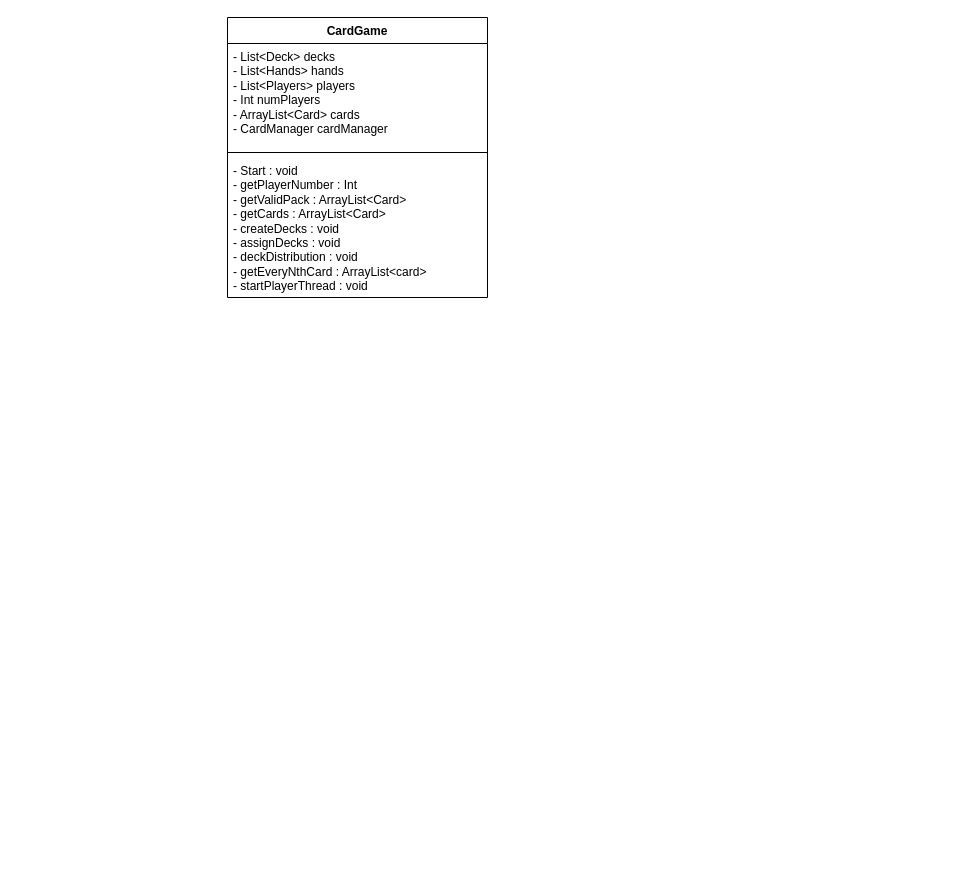
Before: Untitled Diagram.drawio in Finn-Gosney/Card-game-software-dev, a draw.io diagram. Source tidied: cells renumbered, new cells numbered last; positions are measured from the earlier drawing's top-left corner, leaving out a move shared by most shapes. Both pictures are drawn from the tidied source at 100%, with x=0, y=0 at pixel (227, 17).
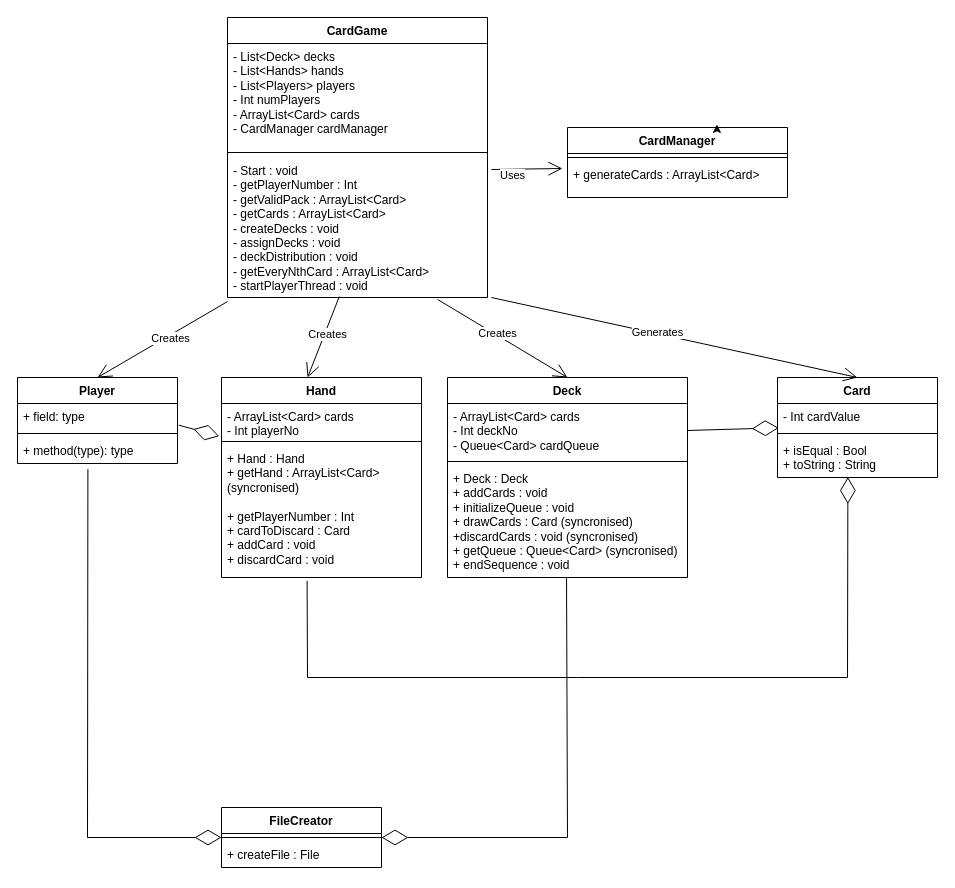
The same page after the edit.

Unchanged cells that the change refers to:
```xml
<mxCell id="2" value="CardGame" style="swimlane;fontStyle=1;align=center;verticalAlign=top;horizontal=1;startSize=26;whiteSpace=wrap;html=1;" parent="1" vertex="1">
  <mxGeometry width="260" height="280" as="geometry" />
</mxCell>
```

Change to the diagram source:
```diff
@@
-    <mxCell id="5" value="&lt;div&gt;- Start : void&lt;/div&gt;&lt;div&gt;- getPlayerNumber : Int&lt;/div&gt;&lt;div&gt;- getValidPack : ArrayList&amp;lt;Card&amp;gt;&lt;/div&gt;&lt;div&gt;- getCards : ArrayList&amp;lt;Card&amp;gt;&lt;/div&gt;&lt;div&gt;- createDecks : void&lt;/div&gt;&lt;div&gt;- assignDecks : void&lt;/div&gt;&lt;div&gt;- deckDistribution : void&lt;/div&gt;&lt;div&gt;- getEveryNthCard : ArrayList&amp;lt;card&amp;gt;&lt;/div&gt;&lt;div&gt;- startPlayerThread : void&lt;/div&gt;&lt;div&gt;&lt;br&gt;&lt;/div&gt;" style="text;strokeColor=none;fillColor=none;align=left;verticalAlign=top;spacingLeft=4;spacingRight=4;overflow=hidden;points=[[0,0.5],[1,0.5]];portConstraint=eastwest;whiteSpace=wrap;html=1;" parent="2" vertex="1">
+    <mxCell id="5" value="&lt;div&gt;- Start : void&lt;/div&gt;&lt;div&gt;- getPlayerNumber : Int&lt;/div&gt;&lt;div&gt;- getValidPack : ArrayList&amp;lt;Card&amp;gt;&lt;/div&gt;&lt;div&gt;- getCards : ArrayList&amp;lt;Card&amp;gt;&lt;/div&gt;&lt;div&gt;- createDecks : void&lt;/div&gt;&lt;div&gt;- assignDecks : void&lt;/div&gt;&lt;div&gt;- deckDistribution : void&lt;/div&gt;&lt;div&gt;- getEveryNthCard : ArrayList&amp;lt;Card&amp;gt;&lt;/div&gt;&lt;div&gt;- startPlayerThread : void&lt;/div&gt;&lt;div&gt;&lt;br&gt;&lt;/div&gt;" style="text;strokeColor=none;fillColor=none;align=left;verticalAlign=top;spacingLeft=4;spacingRight=4;overflow=hidden;points=[[0,0.5],[1,0.5]];portConstraint=eastwest;whiteSpace=wrap;html=1;" parent="2" vertex="1">
       <mxGeometry y="140" width="260" height="140" as="geometry" />
     </mxCell>
+    <mxCell id="6" value="Player" style="swimlane;fontStyle=1;align=center;verticalAlign=top;horizontal=1;startSize=26;whiteSpace=wrap;html=1;" parent="1" vertex="1">
+      <mxGeometry x="-210" y="360" width="160" height="86" as="geometry" />
+    </mxCell>
+    <mxCell id="7" value="+ field: type" style="text;strokeColor=none;fillColor=none;align=left;verticalAlign=top;spacingLeft=4;spacingRight=4;overflow=hidden;points=[[0,0.5],[1,0.5]];portConstraint=eastwest;whiteSpace=wrap;html=1;" parent="6" vertex="1">
+      <mxGeometry y="26" width="160" height="26" as="geometry" />
+    </mxCell>
+    <mxCell id="8" style="line;strokeWidth=1;fillColor=none;align=left;verticalAlign=middle;spacingTop=-1;spacingLeft=3;spacingRight=3;labelPosition=right;strokeColor=inherit;" parent="6" vertex="1">
+      <mxGeometry y="52" width="160" height="8" as="geometry" />
+    </mxCell>
+    <mxCell id="9" value="+ method(type): type" style="text;strokeColor=none;fillColor=none;align=left;verticalAlign=top;spacingLeft=4;spacingRight=4;overflow=hidden;points=[[0,0.5],[1,0.5]];portConstraint=eastwest;whiteSpace=wrap;html=1;" parent="6" vertex="1">
+      <mxGeometry y="60" width="160" height="26" as="geometry" />
+    </mxCell>
+    <mxCell id="10" value="Deck" style="swimlane;fontStyle=1;align=center;verticalAlign=top;horizontal=1;startSize=26;whiteSpace=wrap;html=1;" parent="1" vertex="1">
+      <mxGeometry x="220" y="360" width="240" height="200" as="geometry" />
+    </mxCell>
+    <mxCell id="11" value="&lt;div&gt;- ArrayList&amp;lt;Card&amp;gt; cards&lt;/div&gt;&lt;div&gt;- Int deckNo &lt;br&gt;&lt;/div&gt;&lt;div&gt;- Queue&amp;lt;Card&amp;gt; cardQueue&lt;br&gt;&lt;/div&gt;" style="text;strokeColor=none;fillColor=none;align=left;verticalAlign=top;spacingLeft=4;spacingRight=4;overflow=hidden;points=[[0,0.5],[1,0.5]];portConstraint=eastwest;whiteSpace=wrap;html=1;" parent="10" vertex="1">
+      <mxGeometry y="26" width="240" height="54" as="geometry" />
+    </mxCell>
+    <mxCell id="12" style="line;strokeWidth=1;fillColor=none;align=left;verticalAlign=middle;spacingTop=-1;spacingLeft=3;spacingRight=3;labelPosition=right;strokeColor=inherit;" parent="10" vertex="1">
+      <mxGeometry y="80" width="240" height="8" as="geometry" />
+    </mxCell>
+    <mxCell id="13" value="&lt;div&gt;+ Deck : Deck&lt;/div&gt;&lt;div&gt;+ addCards : void &lt;br&gt;&lt;/div&gt;&lt;div&gt;+ initializeQueue : void&lt;/div&gt;&lt;div&gt;+ drawCards : Card (syncronised)&lt;/div&gt;&lt;div&gt;+discardCards : void (syncronised) &lt;br&gt;&lt;/div&gt;&lt;div&gt;+ getQueue : Queue&amp;lt;Card&amp;gt; (syncronised)&lt;/div&gt;&lt;div&gt;+ endSequence : void&lt;br&gt;&lt;/div&gt;" style="text;strokeColor=none;fillColor=none;align=left;verticalAlign=top;spacingLeft=4;spacingRight=4;overflow=hidden;points=[[0,0.5],[1,0.5]];portConstraint=eastwest;whiteSpace=wrap;html=1;" parent="10" vertex="1">
+      <mxGeometry y="88" width="240" height="112" as="geometry" />
+    </mxCell>
+    <mxCell id="14" value="CardManager" style="swimlane;fontStyle=1;align=center;verticalAlign=top;horizontal=1;startSize=26;whiteSpace=wrap;html=1;" parent="1" vertex="1">
+      <mxGeometry x="340" y="110" width="220" height="70" as="geometry" />
+    </mxCell>
+    <mxCell id="15" style="line;strokeWidth=1;fillColor=none;align=left;verticalAlign=middle;spacingTop=-1;spacingLeft=3;spacingRight=3;labelPosition=right;strokeColor=inherit;" parent="14" vertex="1">
+      <mxGeometry y="26" width="220" height="8" as="geometry" />
+    </mxCell>
+    <mxCell id="16" value="+ generateCards : ArrayList&amp;lt;Card&amp;gt;" style="text;strokeColor=none;fillColor=none;align=left;verticalAlign=top;spacingLeft=4;spacingRight=4;overflow=hidden;points=[[0,0.5],[1,0.5]];portConstraint=eastwest;whiteSpace=wrap;html=1;" parent="14" vertex="1">
+      <mxGeometry y="34" width="220" height="36" as="geometry" />
+    </mxCell>
+    <mxCell id="17" value="FileCreator" style="swimlane;fontStyle=1;align=center;verticalAlign=top;horizontal=1;startSize=26;whiteSpace=wrap;html=1;" parent="1" vertex="1">
+      <mxGeometry x="-6" y="790" width="160" height="60" as="geometry" />
+    </mxCell>
+    <mxCell id="18" style="line;strokeWidth=1;fillColor=none;align=left;verticalAlign=middle;spacingTop=-1;spacingLeft=3;spacingRight=3;labelPosition=right;strokeColor=inherit;" parent="17" vertex="1">
+      <mxGeometry y="26" width="160" height="8" as="geometry" />
+    </mxCell>
+    <mxCell id="19" value="+ createFile : File" style="text;strokeColor=none;fillColor=none;align=left;verticalAlign=top;spacingLeft=4;spacingRight=4;overflow=hidden;whiteSpace=wrap;html=1;" parent="17" vertex="1">
+      <mxGeometry y="34" width="160" height="26" as="geometry" />
+    </mxCell>
+    <mxCell id="20" value="Hand" style="swimlane;fontStyle=1;align=center;verticalAlign=top;horizontal=1;startSize=26;whiteSpace=wrap;html=1;" parent="1" vertex="1">
+      <mxGeometry x="-6" y="360" width="200" height="200" as="geometry" />
+    </mxCell>
+    <mxCell id="21" style="endArrow=open;endFill=1;endSize=12;html=1;rounded=0;entryX=0.5;entryY=0;entryDx=0;entryDy=0;exitX=0.43;exitY=0.993;exitDx=0;exitDy=0;exitPerimeter=0;" parent="20" edge="1" source="5">
+      <mxGeometry relative="1" as="geometry">
+        <mxPoint x="86.1" as="targetPoint" />
+      </mxGeometry>
+    </mxCell>
+    <mxCell id="22" value="Creates" style="edgeLabel;html=1;align=center;verticalAlign=middle;" parent="21" vertex="1">
+      <mxGeometry x="-0.1" y="2" relative="1" as="geometry" />
+    </mxCell>
+    <mxCell id="23" value="&lt;div&gt;- ArrayList&amp;lt;Card&amp;gt; cards&lt;/div&gt;&lt;div&gt;- Int playerNo&lt;br&gt;&lt;/div&gt;" style="text;strokeColor=none;fillColor=none;align=left;verticalAlign=top;spacingLeft=4;spacingRight=4;overflow=hidden;points=[[0,0.5],[1,0.5]];portConstraint=eastwest;whiteSpace=wrap;html=1;" parent="20" vertex="1">
+      <mxGeometry y="26" width="200" height="34" as="geometry" />
+    </mxCell>
+    <mxCell id="24" style="line;strokeWidth=1;fillColor=none;align=left;verticalAlign=middle;spacingTop=-1;spacingLeft=3;spacingRight=3;labelPosition=right;strokeColor=inherit;" parent="20" vertex="1">
+      <mxGeometry y="60" width="200" height="8" as="geometry" />
+    </mxCell>
+    <mxCell id="25" value="&lt;div&gt;+ Hand : Hand&lt;/div&gt;&lt;div&gt;+ getHand : ArrayList&amp;lt;Card&amp;gt; (syncronised)&lt;br&gt;&lt;/div&gt;&lt;div&gt;&lt;br&gt;&lt;/div&gt;&lt;div&gt;+ getPlayerNumber : Int&lt;/div&gt;&lt;div&gt;+ cardToDiscard : Card&lt;/div&gt;&lt;div&gt;+ addCard : void&lt;/div&gt;&lt;div&gt;+ discardCard : void&lt;br&gt;&lt;/div&gt;&lt;div&gt;&lt;br&gt;&lt;/div&gt;" style="text;strokeColor=none;fillColor=none;align=left;verticalAlign=top;spacingLeft=4;spacingRight=4;overflow=hidden;points=[[0,0.5],[1,0.5]];portConstraint=eastwest;whiteSpace=wrap;html=1;" parent="20" vertex="1">
+      <mxGeometry y="68" width="200" height="132" as="geometry" />
+    </mxCell>
+    <mxCell id="26" value="Card" style="swimlane;fontStyle=1;align=center;verticalAlign=top;horizontal=1;startSize=26;whiteSpace=wrap;html=1;" parent="1" vertex="1">
+      <mxGeometry x="550" y="360" width="160" height="100" as="geometry" />
+    </mxCell>
+    <mxCell id="27" value="- Int cardValue" style="text;strokeColor=none;fillColor=none;align=left;verticalAlign=top;spacingLeft=4;spacingRight=4;overflow=hidden;points=[[0,0.5],[1,0.5]];portConstraint=eastwest;whiteSpace=wrap;html=1;" parent="26" vertex="1">
+      <mxGeometry y="26" width="160" height="26" as="geometry" />
+    </mxCell>
+    <mxCell id="28" style="line;strokeWidth=1;fillColor=none;align=left;verticalAlign=middle;spacingTop=-1;spacingLeft=3;spacingRight=3;labelPosition=right;strokeColor=inherit;" parent="26" vertex="1">
+      <mxGeometry y="52" width="160" height="8" as="geometry" />
+    </mxCell>
+    <mxCell id="29" value="&lt;div&gt;+ isEqual : Bool&lt;/div&gt;&lt;div&gt;+ toString : String&lt;br&gt;&lt;/div&gt;" style="text;strokeColor=none;fillColor=none;align=left;verticalAlign=top;spacingLeft=4;spacingRight=4;overflow=hidden;points=[[0,0.5],[1,0.5]];portConstraint=eastwest;whiteSpace=wrap;html=1;" parent="26" vertex="1">
+      <mxGeometry y="60" width="160" height="40" as="geometry" />
+    </mxCell>
+    <mxCell id="30" style="edgeStyle=orthogonalEdgeStyle;rounded=0;orthogonalLoop=1;jettySize=auto;html=1;exitX=0.75;exitY=0;exitDx=0;exitDy=0;entryX=0.679;entryY=-0.044;entryDx=0;entryDy=0;entryPerimeter=0;" parent="1" edge="1" source="14" target="14">
+      <mxGeometry relative="1" as="geometry" />
+    </mxCell>
+    <mxCell id="31" style="endArrow=open;endFill=1;endSize=12;html=1;rounded=0;entryX=-0.023;entryY=0.194;entryDx=0;entryDy=0;entryPerimeter=0;exitX=1.015;exitY=0.086;exitDx=0;exitDy=0;exitPerimeter=0;" parent="1" edge="1" source="5" target="16">
+      <mxGeometry relative="1" as="geometry" />
+    </mxCell>
+    <mxCell id="32" value="Uses" style="edgeLabel;html=1;align=center;verticalAlign=middle;" parent="31" vertex="1">
+      <mxGeometry x="-0.41" y="-6" relative="1" as="geometry" />
+    </mxCell>
+    <mxCell id="33" style="endArrow=open;endFill=1;endSize=12;html=1;rounded=0;entryX=0.5;entryY=0;entryDx=0;entryDy=0;exitX=1.015;exitY=1;exitDx=0;exitDy=0;exitPerimeter=0;" parent="1" edge="1" source="5" target="26">
+      <mxGeometry relative="1" as="geometry" />
+    </mxCell>
+    <mxCell id="34" value="Generates" style="edgeLabel;html=1;align=center;verticalAlign=middle;" parent="33" vertex="1">
+      <mxGeometry x="-0.1" y="2" relative="1" as="geometry" />
+    </mxCell>
+    <mxCell id="35" style="endArrow=open;endFill=1;endSize=12;html=1;rounded=0;entryX=0.5;entryY=0;entryDx=0;entryDy=0;exitX=0.808;exitY=1.014;exitDx=0;exitDy=0;exitPerimeter=0;" parent="1" edge="1" source="5" target="10">
+      <mxGeometry relative="1" as="geometry" />
+    </mxCell>
+    <mxCell id="36" value="Creates" style="edgeLabel;html=1;align=center;verticalAlign=middle;" parent="35" vertex="1">
+      <mxGeometry x="-0.1" y="2" relative="1" as="geometry" />
+    </mxCell>
+    <mxCell id="37" style="endArrow=open;endFill=1;endSize=12;html=1;rounded=0;entryX=0.5;entryY=0;entryDx=0;entryDy=0;exitX=0;exitY=1.029;exitDx=0;exitDy=0;exitPerimeter=0;" parent="1" edge="1" source="5" target="6">
+      <mxGeometry relative="1" as="geometry" />
+    </mxCell>
+    <mxCell id="38" value="Creates" style="edgeLabel;html=1;align=center;verticalAlign=middle;" parent="37" vertex="1">
+      <mxGeometry x="-0.1" y="2" relative="1" as="geometry" />
+    </mxCell>
+    <mxCell id="39" style="endArrow=diamondThin;endFill=0;endSize=24;html=1;rounded=0;exitX=1.008;exitY=0.833;exitDx=0;exitDy=0;exitPerimeter=0;entryX=-0.011;entryY=0.962;entryDx=0;entryDy=0;entryPerimeter=0;" parent="1" edge="1" source="7" target="23">
+      <mxGeometry relative="1" as="geometry" />
+    </mxCell>
+    <mxCell id="40" style="endArrow=diamondThin;endFill=0;endSize=24;html=1;rounded=0;exitX=1;exitY=0.5;exitDx=0;exitDy=0;entryX=0.008;entryY=0.936;entryDx=0;entryDy=0;entryPerimeter=0;" parent="1" edge="1" source="11" target="27">
+      <mxGeometry relative="1" as="geometry" />
+    </mxCell>
+    <mxCell id="41" style="endArrow=diamondThin;endFill=0;endSize=24;html=1;rounded=0;entryX=0.44;entryY=0.988;entryDx=0;entryDy=0;entryPerimeter=0;exitX=0.428;exitY=1.026;exitDx=0;exitDy=0;exitPerimeter=0;" parent="1" edge="1" source="25" target="29">
+      <mxGeometry relative="1" as="geometry">
+        <Array as="points">
+          <mxPoint x="80" y="660" />
+          <mxPoint x="350" y="660" />
+          <mxPoint x="620" y="660" />
+        </Array>
+      </mxGeometry>
+    </mxCell>
+    <mxCell id="42" style="endArrow=diamondThin;endFill=0;endSize=24;html=1;rounded=0;exitX=0.44;exitY=1.215;exitDx=0;exitDy=0;exitPerimeter=0;entryX=0;entryY=0.5;entryDx=0;entryDy=0;" parent="1" edge="1" source="9" target="17">
+      <mxGeometry relative="1" as="geometry">
+        <Array as="points">
+          <mxPoint x="-140" y="820" />
+        </Array>
+      </mxGeometry>
+    </mxCell>
+    <mxCell id="43" style="endArrow=diamondThin;endFill=0;endSize=24;html=1;rounded=0;entryX=1;entryY=0.5;entryDx=0;entryDy=0;exitX=0.496;exitY=1.006;exitDx=0;exitDy=0;exitPerimeter=0;" parent="1" edge="1" source="13" target="17">
+      <mxGeometry relative="1" as="geometry">
+        <Array as="points">
+          <mxPoint x="340" y="820" />
+        </Array>
+      </mxGeometry>
+    </mxCell>
```
